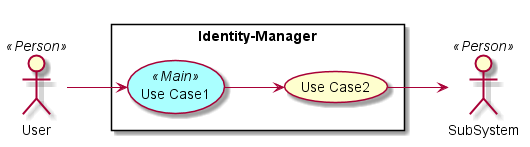
Before: docs/Solution/Identity-Manager/UseCases.png, a diagram exported from PlantUML (CAADE/C3).
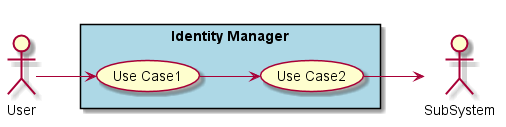
The same file after the commit.

The edit, as a diff of the source:
```diff
@@ -2,17 +2,13 @@
 
 left to right direction
 
-skinparam usecase {
-  BackgroudnColor #ffffaa
-  BackgroundColor<<Main>> #aaffff
-}
-actor :User: <<Person>>
-actor :SubSystem: <<Person>>
+actor :User:
+actor :SubSystem:
 
 
-rectangle "Identity-Manager" {
-UseCase UC1 <<Main>> as "Use Case1"
-UseCase UC2  as "Use Case2"
+rectangle "Identity Manager" #lightblue {
+UseCase UC1 as "Use Case1"
+UseCase UC2 as "Use Case2"
 
 
 User --> UC1
```
